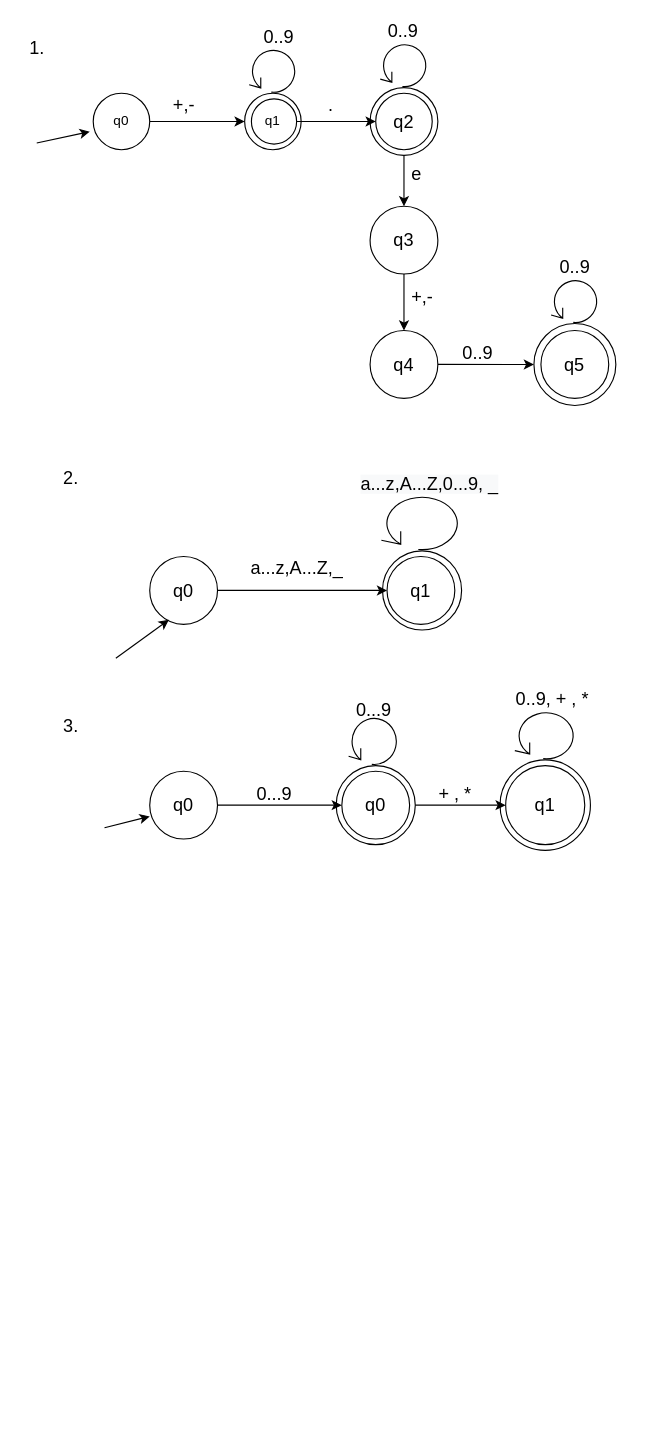
The draw.io diagram Untitled Diagram.drawio in ffelipelimao/Finite-Automata-Exercises, before the edit. Source tidied: cells renumbered, new cells numbered last; positions are measured from the earlier drawing's top-left corner, leaving out a move shared by most shapes. Both pictures are drawn from the tidied source at 113%, with x=0, y=0 at pixel (19, 19).
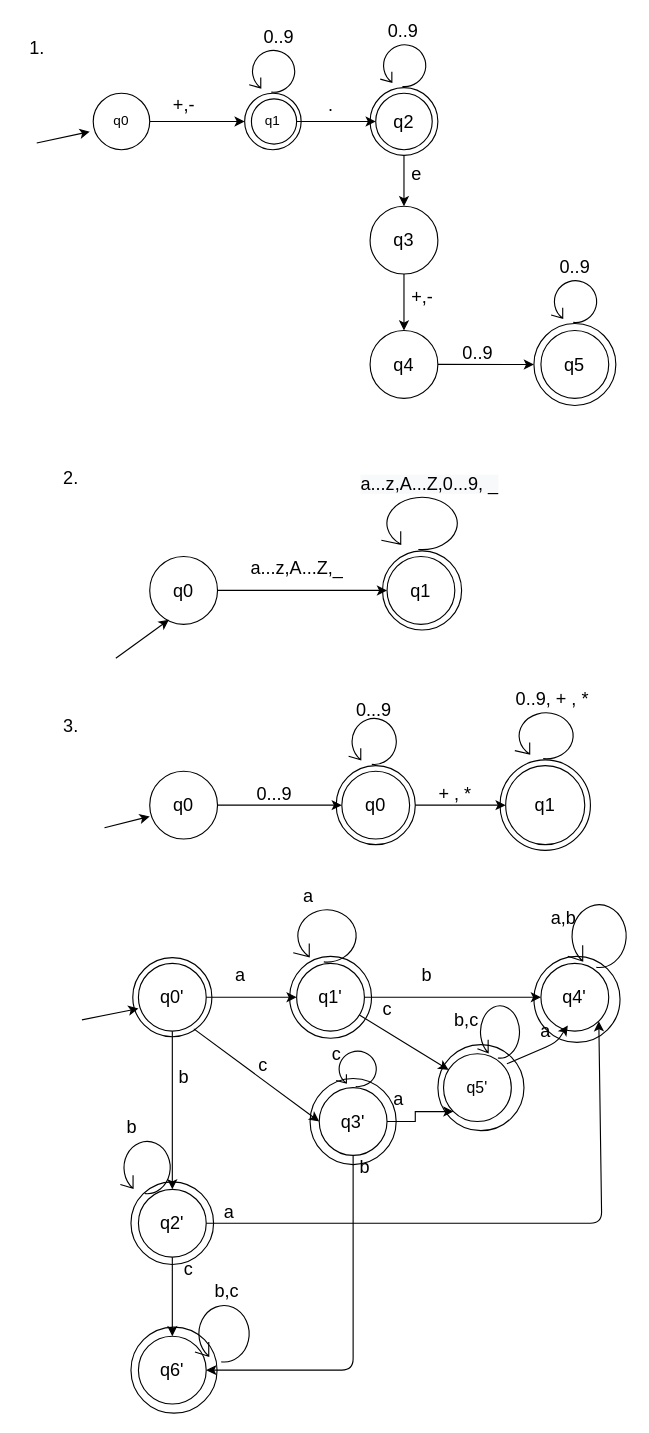
The same page after the edit.

Diff of the diagram source:
```diff
@@
+    <mxCell id="53" style="edgeStyle=orthogonalEdgeStyle;rounded=0;jettySize=auto;html=1;fontSize=16;" parent="1" edge="1" source="55" target="58">
+      <mxGeometry relative="1" as="geometry" />
+    </mxCell>
+    <mxCell id="54" style="edgeStyle=orthogonalEdgeStyle;rounded=0;jettySize=auto;html=1;fontSize=16;" parent="1" edge="1" source="55" target="61">
+      <mxGeometry relative="1" as="geometry" />
+    </mxCell>
+    <mxCell id="55" value="q0'" style="ellipse;whiteSpace=wrap;html=1;fillColor=none;fontSize=16;" parent="1" vertex="1">
+      <mxGeometry x="105" y="835" width="60" height="60" as="geometry" />
+    </mxCell>
+    <mxCell id="56" style="endArrow=classic;html=1;fontSize=16;" parent="1" edge="1">
+      <mxGeometry relative="1" as="geometry">
+        <mxPoint x="55" y="885" as="sourcePoint" />
+        <mxPoint x="105" y="875" as="targetPoint" />
+      </mxGeometry>
+    </mxCell>
+    <mxCell id="57" style="edgeStyle=orthogonalEdgeStyle;rounded=0;jettySize=auto;html=1;fontSize=16;" parent="1" edge="1" source="58" target="69">
+      <mxGeometry relative="1" as="geometry" />
+    </mxCell>
+    <mxCell id="58" value="q1'" style="ellipse;whiteSpace=wrap;html=1;fillColor=none;fontSize=16;" parent="1" vertex="1">
+      <mxGeometry x="245" y="835" width="60" height="60" as="geometry" />
+    </mxCell>
+    <mxCell id="59" value="a" style="text;html=1;align=center;verticalAlign=middle;fontSize=16;" parent="1" vertex="1">
+      <mxGeometry x="185" y="835" width="20" height="20" as="geometry" />
+    </mxCell>
+    <mxCell id="60" style="edgeStyle=orthogonalEdgeStyle;rounded=0;jettySize=auto;html=1;fontSize=16;" parent="1" edge="1" source="61" target="78">
+      <mxGeometry relative="1" as="geometry" />
+    </mxCell>
+    <mxCell id="61" value="q2'" style="ellipse;whiteSpace=wrap;html=1;fillColor=none;fontSize=16;" parent="1" vertex="1">
+      <mxGeometry x="105" y="1035" width="60" height="60" as="geometry" />
+    </mxCell>
+    <mxCell id="62" value="b" style="text;html=1;align=center;verticalAlign=middle;fontSize=16;" parent="1" vertex="1">
+      <mxGeometry x="135" y="925" width="20" height="20" as="geometry" />
+    </mxCell>
+    <mxCell id="63" style="endArrow=classic;html=1;fontSize=16;entryX=0;entryY=0.5;entryDx=0;entryDy=0;exitX=0.817;exitY=0.967;exitDx=0;exitDy=0;exitPerimeter=0;" parent="1" edge="1" source="55" target="65">
+      <mxGeometry relative="1" as="geometry" />
+    </mxCell>
+    <mxCell id="64" style="edgeStyle=orthogonalEdgeStyle;rounded=0;jettySize=auto;html=1;entryX=0;entryY=1;entryDx=0;entryDy=0;fontSize=16;" parent="1" edge="1" source="65" target="71">
+      <mxGeometry relative="1" as="geometry" />
+    </mxCell>
+    <mxCell id="65" value="q3'" style="ellipse;whiteSpace=wrap;html=1;fillColor=none;fontSize=16;" parent="1" vertex="1">
+      <mxGeometry x="265" y="945" width="60" height="60" as="geometry" />
+    </mxCell>
+    <mxCell id="66" value="c" style="text;html=1;align=center;verticalAlign=middle;fontSize=16;" parent="1" vertex="1">
+      <mxGeometry x="205" y="915" width="20" height="20" as="geometry" />
+    </mxCell>
+    <mxCell id="67" style="shape=mxgraph.bpmn.loop;html=1;fillColor=none;fontSize=16;" parent="1" vertex="1">
+      <mxGeometry x="242" y="785" width="58" height="50" as="geometry" />
+    </mxCell>
+    <mxCell id="68" value="a" style="text;html=1;align=center;verticalAlign=middle;fontSize=16;" parent="1" vertex="1">
+      <mxGeometry x="245" y="765" width="20" height="20" as="geometry" />
+    </mxCell>
+    <mxCell id="69" value="q4'" style="ellipse;whiteSpace=wrap;html=1;fillColor=none;fontSize=16;" parent="1" vertex="1">
+      <mxGeometry x="461.2" y="835" width="60" height="60" as="geometry" />
+    </mxCell>
+    <mxCell id="70" style="endArrow=classic;html=1;fontSize=16;" parent="1" edge="1" source="58" target="71">
+      <mxGeometry relative="1" as="geometry" />
+    </mxCell>
+    <mxCell id="71" value="&lt;font style=&quot;font-size: 14px&quot;&gt;q5'&lt;/font&gt;" style="ellipse;whiteSpace=wrap;html=1;" parent="1" vertex="1">
+      <mxGeometry x="375" y="915" width="60" height="60" as="geometry" />
+    </mxCell>
+    <mxCell id="72" value="b" style="text;html=1;align=center;verticalAlign=middle;fontSize=16;" parent="1" vertex="1">
+      <mxGeometry x="350" y="835" width="20" height="20" as="geometry" />
+    </mxCell>
+    <mxCell id="73" value="c" style="text;html=1;align=center;verticalAlign=middle;fontSize=16;" parent="1" vertex="1">
+      <mxGeometry x="315" y="865" width="20" height="20" as="geometry" />
+    </mxCell>
+    <mxCell id="74" style="endArrow=classic;html=1;fontSize=16;exitX=1;exitY=0.5;exitDx=0;exitDy=0;entryX=1;entryY=1;entryDx=0;entryDy=0;" parent="1" edge="1" source="61" target="69">
+      <mxGeometry relative="1" as="geometry">
+        <Array as="points">
+          <mxPoint x="515" y="1065" />
+        </Array>
+      </mxGeometry>
+    </mxCell>
+    <mxCell id="75" value="a" style="text;html=1;align=center;verticalAlign=middle;fontSize=16;" parent="1" vertex="1">
+      <mxGeometry x="175" y="1045" width="20" height="20" as="geometry" />
+    </mxCell>
+    <mxCell id="76" style="shape=mxgraph.bpmn.loop;html=1;fillColor=none;fontSize=16;" parent="1" vertex="1">
+      <mxGeometry x="89" y="990" width="46" height="50" as="geometry" />
+    </mxCell>
+    <mxCell id="77" value="b" style="text;html=1;align=center;verticalAlign=middle;fontSize=16;" parent="1" vertex="1">
+      <mxGeometry x="89" y="970" width="20" height="20" as="geometry" />
+    </mxCell>
+    <mxCell id="78" value="q6'" style="ellipse;whiteSpace=wrap;html=1;fillColor=none;fontSize=16;" parent="1" vertex="1">
+      <mxGeometry x="105" y="1165" width="60" height="60" as="geometry" />
+    </mxCell>
+    <mxCell id="79" value="c" style="text;html=1;align=center;verticalAlign=middle;fontSize=16;" parent="1" vertex="1">
+      <mxGeometry x="139" y="1095" width="20" height="20" as="geometry" />
+    </mxCell>
+    <mxCell id="80" value="a" style="text;html=1;align=center;verticalAlign=middle;fontSize=16;" parent="1" vertex="1">
+      <mxGeometry x="325" y="945" width="20" height="20" as="geometry" />
+    </mxCell>
+    <mxCell id="81" style="endArrow=classic;html=1;fontSize=16;exitX=0.5;exitY=1;exitDx=0;exitDy=0;entryX=1;entryY=0.5;entryDx=0;entryDy=0;" parent="1" edge="1" source="65" target="78">
+      <mxGeometry relative="1" as="geometry">
+        <Array as="points">
+          <mxPoint x="295" y="1195" />
+        </Array>
+      </mxGeometry>
+    </mxCell>
+    <mxCell id="82" value="b" style="text;html=1;align=center;verticalAlign=middle;fontSize=16;" parent="1" vertex="1">
+      <mxGeometry x="295" y="1005" width="20" height="20" as="geometry" />
+    </mxCell>
+    <mxCell id="83" style="shape=mxgraph.bpmn.loop;html=1;fillColor=none;fontSize=16;" parent="1" vertex="1">
+      <mxGeometry x="280" y="911" width="37" height="34" as="geometry" />
+    </mxCell>
+    <mxCell id="84" value="c" style="text;html=1;align=center;verticalAlign=middle;fontSize=16;" parent="1" vertex="1">
+      <mxGeometry x="270" y="905" width="20" height="20" as="geometry" />
+    </mxCell>
+    <mxCell id="85" style="shape=mxgraph.bpmn.loop;html=1;fillColor=none;fontSize=16;" parent="1" vertex="1">
+      <mxGeometry x="485" y="780" width="53.8" height="60" as="geometry" />
+    </mxCell>
+    <mxCell id="86" value="a,b" style="text;html=1;align=center;verticalAlign=middle;fontSize=16;" parent="1" vertex="1">
+      <mxGeometry x="461.2" y="785" width="40" height="20" as="geometry" />
+    </mxCell>
+    <mxCell id="87" style="endArrow=classic;html=1;fontSize=16;exitX=0.935;exitY=0.149;exitDx=0;exitDy=0;exitPerimeter=0;" parent="1" edge="1" source="71">
+      <mxGeometry relative="1" as="geometry">
+        <mxPoint x="485" y="890" as="targetPoint" />
+        <Array as="points">
+          <mxPoint x="475" y="905" />
+        </Array>
+      </mxGeometry>
+    </mxCell>
+    <mxCell id="88" value="a" style="text;html=1;align=center;verticalAlign=middle;fontSize=16;" parent="1" vertex="1">
+      <mxGeometry x="455" y="885" width="20" height="20" as="geometry" />
+    </mxCell>
+    <mxCell id="89" style="shape=mxgraph.bpmn.loop;html=1;fillColor=none;fontSize=16;" parent="1" vertex="1">
+      <mxGeometry x="405" y="870" width="38.8" height="50" as="geometry" />
+    </mxCell>
+    <mxCell id="90" value="b,c" style="text;html=1;align=center;verticalAlign=middle;fontSize=16;" parent="1" vertex="1">
+      <mxGeometry x="375" y="875" width="40" height="20" as="geometry" />
+    </mxCell>
+    <mxCell id="91" style="shape=mxgraph.bpmn.loop;html=1;fillColor=none;fontSize=16;" parent="1" vertex="1">
+      <mxGeometry x="155" y="1135" width="50" height="54" as="geometry" />
+    </mxCell>
+    <mxCell id="92" value="b,c" style="text;html=1;align=center;verticalAlign=middle;fontSize=16;" parent="1" vertex="1">
+      <mxGeometry x="163" y="1115" width="40" height="20" as="geometry" />
+    </mxCell>
+    <mxCell id="93" style="ellipse;whiteSpace=wrap;html=1;fillColor=none;fontSize=16;" parent="1" vertex="1">
+      <mxGeometry x="100" y="830" width="70" height="70" as="geometry" />
+    </mxCell>
+    <mxCell id="94" style="ellipse;whiteSpace=wrap;html=1;fillColor=none;fontSize=16;" parent="1" vertex="1">
+      <mxGeometry x="238.8" y="828.8" width="72.5" height="72.5" as="geometry" />
+    </mxCell>
+    <mxCell id="95" style="ellipse;whiteSpace=wrap;html=1;fillColor=none;fontSize=16;" parent="1" vertex="1">
+      <mxGeometry x="455" y="828.8" width="76.2" height="76.2" as="geometry" />
+    </mxCell>
+    <mxCell id="96" style="ellipse;whiteSpace=wrap;html=1;fillColor=none;fontSize=16;" parent="1" vertex="1">
+      <mxGeometry x="370" y="906.9" width="76.2" height="76.2" as="geometry" />
+    </mxCell>
+    <mxCell id="97" style="ellipse;whiteSpace=wrap;html=1;fillColor=none;fontSize=16;" parent="1" vertex="1">
+      <mxGeometry x="256.9" y="936.9" width="76.2" height="76.2" as="geometry" />
+    </mxCell>
+    <mxCell id="98" style="ellipse;whiteSpace=wrap;html=1;fillColor=none;fontSize=16;" parent="1" vertex="1">
+      <mxGeometry x="98.4" y="1028.4" width="73.1" height="73.1" as="geometry" />
+    </mxCell>
+    <mxCell id="99" style="ellipse;whiteSpace=wrap;html=1;fillColor=none;fontSize=16;" parent="1" vertex="1">
+      <mxGeometry x="98.4" y="1156.9" width="76.2" height="76.2" as="geometry" />
+    </mxCell>
```
